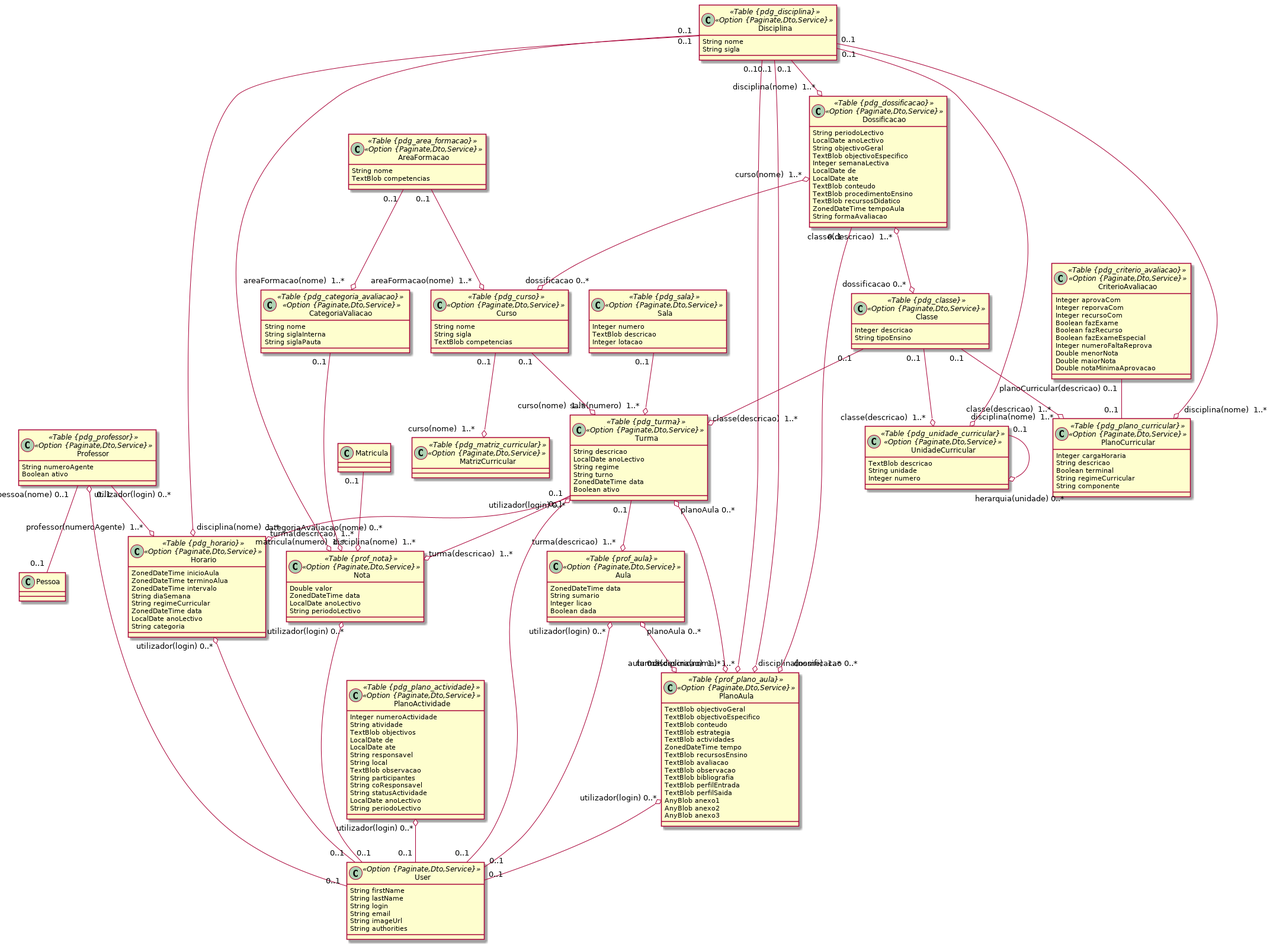
The PlantUML diagram domain-ensino/2pedagogico.png in ravunana/manda-ensino, before a commit.
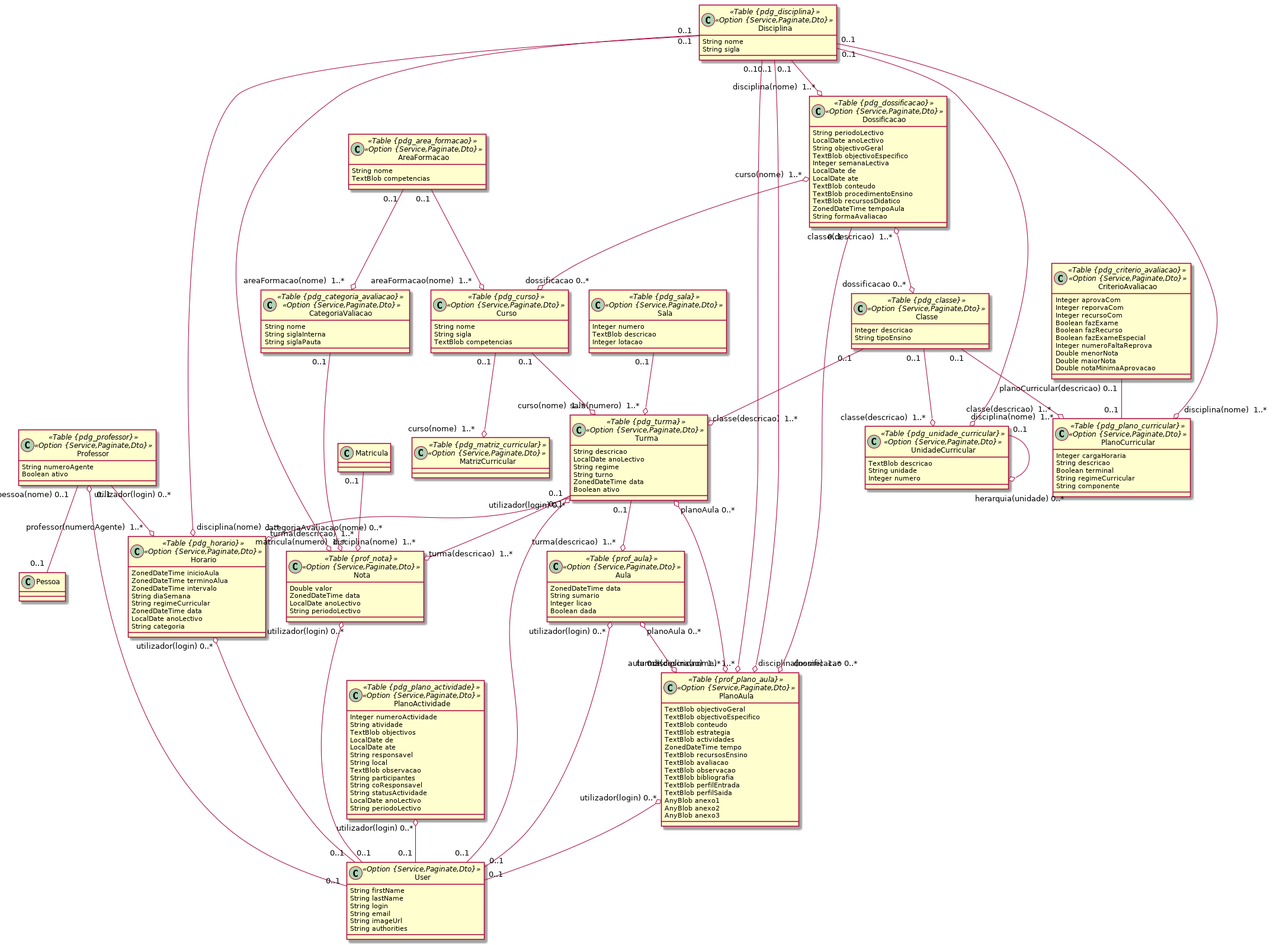
After the commit.

Change to the diagram source:
```diff
@@ -1,46 +1,46 @@
 @startuml
 	!pragma syntax class
-	class Professor <<Table {pdg_professor}>><<Option {Paginate,Dto,Service}>> {
+	class Professor <<Table {pdg_professor}>><<Option {Service,Paginate,Dto}>> {
 		String numeroAgente
 		Boolean ativo
 	}
-	class Sala <<Table {pdg_sala}>><<Option {Paginate,Dto,Service}>> {
+	class Sala <<Table {pdg_sala}>><<Option {Service,Paginate,Dto}>> {
 		Integer numero
 		TextBlob descricao
 		Integer lotacao
 	}
-	class AreaFormacao <<Table {pdg_area_formacao}>><<Option {Paginate,Dto,Service}>> {
+	class AreaFormacao <<Table {pdg_area_formacao}>><<Option {Service,Paginate,Dto}>> {
 		String nome
 		TextBlob competencias
 	}
-	class Curso <<Table {pdg_curso}>><<Option {Paginate,Dto,Service}>> {
+	class Curso <<Table {pdg_curso}>><<Option {Service,Paginate,Dto}>> {
 		String nome
 		String sigla
 		TextBlob competencias
 	}
-	class Classe <<Table {pdg_classe}>><<Option {Paginate,Dto,Service}>> {
+	class Classe <<Table {pdg_classe}>><<Option {Service,Paginate,Dto}>> {
 		Integer descricao
 		String tipoEnsino
 	}
-	class Disciplina <<Table {pdg_disciplina}>><<Option {Paginate,Dto,Service}>> {
+	class Disciplina <<Table {pdg_disciplina}>><<Option {Service,Paginate,Dto}>> {
 		String nome
 		String sigla
 	}
-	class MatrizCurricular <<Table {pdg_matriz_curricular}>><<Option {Paginate,Dto,Service}>> {
+	class MatrizCurricular <<Table {pdg_matriz_curricular}>><<Option {Service,Paginate,Dto}>> {
 	}
-	class PlanoCurricular <<Table {pdg_plano_curricular}>><<Option {Paginate,Dto,Service}>> {
+	class PlanoCurricular <<Table {pdg_plano_curricular}>><<Option {Service,Paginate,Dto}>> {
 		Integer cargaHoraria
 		String descricao
 		Boolean terminal
 		String regimeCurricular
 		String componente
 	}
-	class UnidadeCurricular <<Table {pdg_unidade_curricular}>><<Option {Paginate,Dto,Service}>> {
+	class UnidadeCurricular <<Table {pdg_unidade_curricular}>><<Option {Service,Paginate,Dto}>> {
 		TextBlob descricao
 		String unidade
 		Integer numero
 	}
-	class CriterioAvaliacao <<Table {pdg_criterio_avaliacao}>><<Option {Paginate,Dto,Service}>> {
+	class CriterioAvaliacao <<Table {pdg_criterio_avaliacao}>><<Option {Service,Paginate,Dto}>> {
 		Integer aprovaCom
 		Integer reporvaCom
 		Integer recursoCom
@@ -52,7 +52,7 @@
 		Double maiorNota
 		Double notaMinimaAprovacao
 	}
-	class Turma <<Table {pdg_turma}>><<Option {Paginate,Dto,Service}>> {
+	class Turma <<Table {pdg_turma}>><<Option {Service,Paginate,Dto}>> {
 		String descricao
 		LocalDate anoLectivo
 		String regime
@@ -60,7 +60,7 @@
 		ZonedDateTime data
 		Boolean ativo
 	}
-	class Horario <<Table {pdg_horario}>><<Option {Paginate,Dto,Service}>> {
+	class Horario <<Table {pdg_horario}>><<Option {Service,Paginate,Dto}>> {
 		ZonedDateTime inicioAula
 		ZonedDateTime terminoAlua
 		ZonedDateTime intervalo
@@ -70,7 +70,7 @@
 		LocalDate anoLectivo
 		String categoria
 	}
-	class PlanoActividade <<Table {pdg_plano_actividade}>><<Option {Paginate,Dto,Service}>> {
+	class PlanoActividade <<Table {pdg_plano_actividade}>><<Option {Service,Paginate,Dto}>> {
 		Integer numeroActividade
 		String atividade
 		TextBlob objectivos
@@ -85,13 +85,13 @@
 		LocalDate anoLectivo
 		String periodoLectivo
 	}
-	class Aula <<Table {prof_aula}>><<Option {Paginate,Dto,Service}>> {
+	class Aula <<Table {prof_aula}>><<Option {Service,Paginate,Dto}>> {
 		ZonedDateTime data
 		String sumario
 		Integer licao
 		Boolean dada
 	}
-	class Dossificacao <<Table {pdg_dossificacao}>><<Option {Paginate,Dto,Service}>> {
+	class Dossificacao <<Table {pdg_dossificacao}>><<Option {Service,Paginate,Dto}>> {
 		String periodoLectivo
 		LocalDate anoLectivo
 		String objectivoGeral
@@ -105,7 +105,7 @@
 		ZonedDateTime tempoAula
 		String formaAvaliacao
 	}
-	class PlanoAula <<Table {prof_plano_aula}>><<Option {Paginate,Dto,Service}>> {
+	class PlanoAula <<Table {prof_plano_aula}>><<Option {Service,Paginate,Dto}>> {
 		TextBlob objectivoGeral
 		TextBlob objectivoEspecifico
 		TextBlob conteudo
@@ -122,12 +122,12 @@
 		AnyBlob anexo2
 		AnyBlob anexo3
 	}
-	class CategoriaValiacao <<Table {pdg_categoria_avaliacao}>><<Option {Paginate,Dto,Service}>> {
+	class CategoriaValiacao <<Table {pdg_categoria_avaliacao}>><<Option {Service,Paginate,Dto}>> {
 		String nome
 		String siglaInterna
 		String siglaPauta
 	}
-	class Nota <<Table {prof_nota}>><<Option {Paginate,Dto,Service}>> {
+	class Nota <<Table {prof_nota}>><<Option {Service,Paginate,Dto}>> {
 		Double valor
 		ZonedDateTime data
 		LocalDate anoLectivo
@@ -169,7 +169,7 @@
 	PlanoAula  "turma(descricao)  1..* " o--o "planoAula 0..* "  Turma
 	Dossificacao  "curso(nome)  1..* " o--o "dossificacao 0..* "  Curso
 	Dossificacao  "classe(descricao)  1..* " o--o "dossificacao 0..* "  Classe
-	class User <<Option {Paginate,Dto,Service}>> {
+	class User <<Option {Service,Paginate,Dto}>> {
 		String firstName
 		String lastName
 		String login
```
